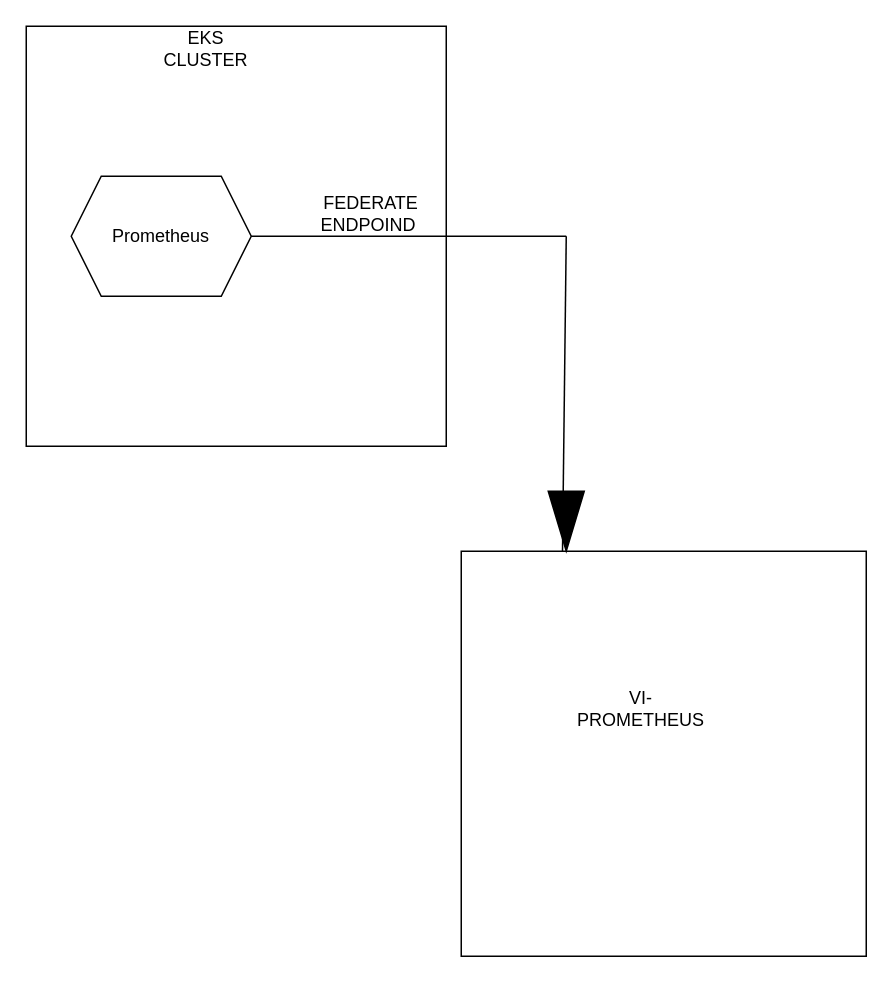
Before: federate.drawio in sumithnetwork/Insurance, a draw.io diagram. Source tidied: cells renumbered, new cells numbered last; positions are measured from the earlier drawing's top-left corner, leaving out a move shared by most shapes. Both pictures are drawn from the tidied source at 150%, with x=0, y=0 at pixel (26, 26).
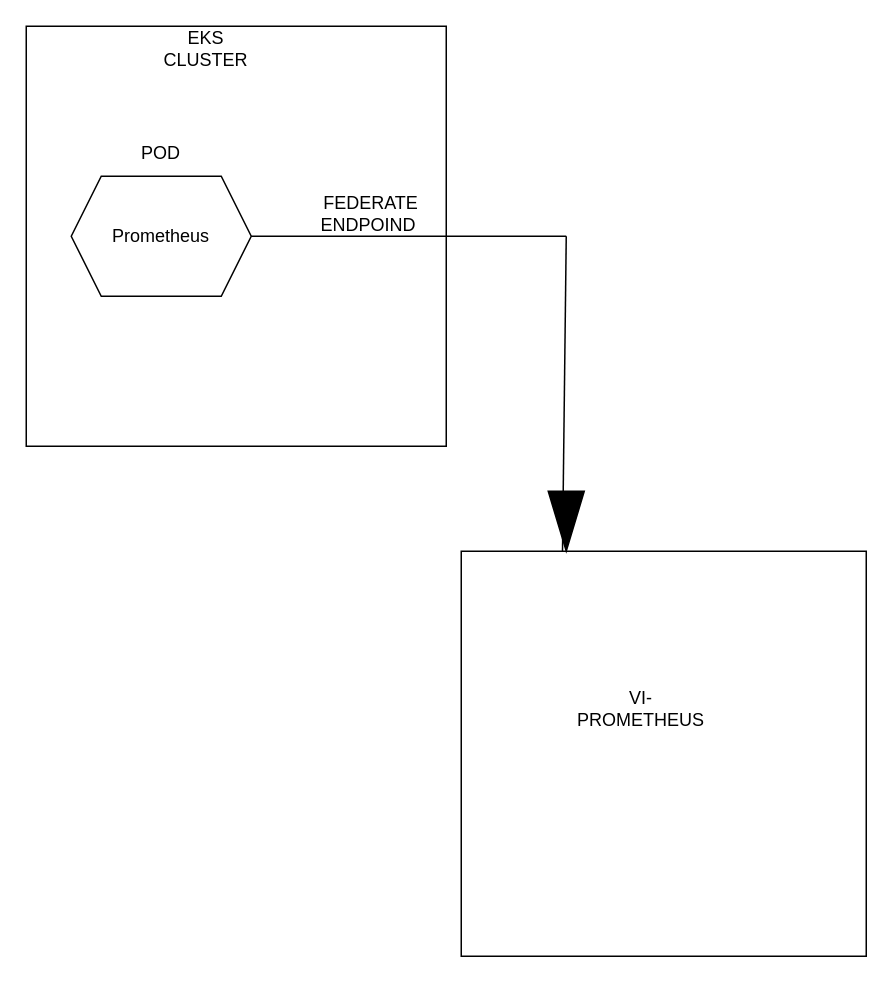
The same diagram, later.

The edit, as a diff of the source:
```diff
@@
 <mxGraphModel>
   <root>
     <mxCell id="0" />
     <mxCell id="1" parent="0" />
     <mxCell id="2" style="whiteSpace=wrap;html=1;" parent="1" vertex="1">
       <mxGeometry width="280" height="280" as="geometry" />
     </mxCell>
     <mxCell id="3" value="Prometheus" style="shape=hexagon;perimeter=hexagonPerimeter2;whiteSpace=wrap;html=1;fixedSize=1;" parent="1" vertex="1">
       <mxGeometry x="30" y="100" width="120" height="80" as="geometry" />
     </mxCell>
     <mxCell id="4" style="endArrow=none;html=1;rounded=0;exitX=1;exitY=0.5;exitDx=0;exitDy=0;" parent="1" edge="1" source="3">
       <mxGeometry relative="1" as="geometry">
         <mxPoint x="360" y="140" as="targetPoint" />
         <Array as="points">
           <mxPoint x="160" y="140" />
         </Array>
       </mxGeometry>
     </mxCell>
     <mxCell id="5" style="whiteSpace=wrap;html=1;" parent="1" vertex="1">
       <mxGeometry x="290" y="350" width="270" height="270" as="geometry" />
     </mxCell>
     <mxCell id="6" style="endArrow=none;html=1;rounded=0;exitX=0.25;exitY=0;exitDx=0;exitDy=0;" parent="1" edge="1" source="5">
       <mxGeometry relative="1" as="geometry">
         <mxPoint x="360" y="140" as="targetPoint" />
       </mxGeometry>
     </mxCell>
     <mxCell id="7" value="VI-PROMETHEUS" style="text;strokeColor=none;align=center;fillColor=none;html=1;verticalAlign=middle;whiteSpace=wrap;rounded=0;" parent="1" vertex="1">
       <mxGeometry x="380" y="440" width="60" height="30" as="geometry" />
     </mxCell>
     <mxCell id="8" value="FEDERATE ENDPOIND&amp;nbsp;" style="text;strokeColor=none;align=center;fillColor=none;html=1;verticalAlign=middle;whiteSpace=wrap;rounded=0;" parent="1" vertex="1">
       <mxGeometry x="200" y="110" width="60" height="30" as="geometry" />
     </mxCell>
     <mxCell id="9" style="shape=mxgraph.arrows2.wedgeArrow;html=1;startWidth=12;fillColor=strokeColor;defaultFillColor=invert;defaultGradientColor=invert;rounded=0;" parent="1" edge="1">
       <mxGeometry relative="1" as="geometry">
         <mxPoint x="360" y="310" as="sourcePoint" />
         <mxPoint x="360" y="350" as="targetPoint" />
       </mxGeometry>
     </mxCell>
     <mxCell id="10" value="EKS CLUSTER" style="text;strokeColor=none;align=center;fillColor=none;html=1;verticalAlign=middle;whiteSpace=wrap;rounded=0;" parent="1" vertex="1">
       <mxGeometry x="90" width="60" height="30" as="geometry" />
     </mxCell>
+    <mxCell id="11" value="POD" style="text;strokeColor=none;align=center;fillColor=none;html=1;verticalAlign=middle;whiteSpace=wrap;rounded=0;" parent="1" vertex="1">
+      <mxGeometry x="60" y="70" width="60" height="30" as="geometry" />
+    </mxCell>
   </root>
 </mxGraphModel>
```
